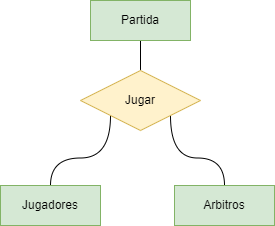
The draw.io diagram Unidad-1/Tareas/Tarea-evaluable2/tarea_evaluable2.drawio.png in jdrguez/2-Daw, before a commit. Source tidied: cells renumbered, new cells last; positions are measured from the earlier drawing's top-left corner, leaving out a move shared by most shapes. Source of this version:
```xml
<mxGraphModel>
  <root>
    <mxCell id="0" />
    <mxCell id="1" parent="0" />
    <mxCell id="2" style="edgeStyle=orthogonalEdgeStyle;rounded=0;jettySize=auto;html=1;exitX=0.5;exitY=1;exitDx=0;exitDy=0;entryX=0.5;entryY=0;entryDx=0;entryDy=0;endArrow=none;endFill=0;" parent="1" edge="1" source="3" target="6">
      <mxGeometry relative="1" as="geometry" />
    </mxCell>
    <mxCell id="3" value="Partida" style="whiteSpace=wrap;html=1;align=center;fillColor=#d5e8d4;strokeColor=#82b366;" parent="1" vertex="1">
      <mxGeometry x="90" width="100" height="40" as="geometry" />
    </mxCell>
    <mxCell id="4" style="edgeStyle=orthogonalEdgeStyle;rounded=0;jettySize=auto;html=1;exitX=0;exitY=1;exitDx=0;exitDy=0;entryX=0.5;entryY=0;entryDx=0;entryDy=0;curved=1;endArrow=none;endFill=0;" parent="1" edge="1" source="6" target="7">
      <mxGeometry relative="1" as="geometry" />
    </mxCell>
    <mxCell id="5" style="edgeStyle=orthogonalEdgeStyle;rounded=0;jettySize=auto;html=1;exitX=1;exitY=1;exitDx=0;exitDy=0;entryX=0.5;entryY=0;entryDx=0;entryDy=0;curved=1;endArrow=none;endFill=0;" parent="1" edge="1" source="6" target="8">
      <mxGeometry relative="1" as="geometry" />
    </mxCell>
    <mxCell id="6" value="Jugar" style="shape=rhombus;perimeter=rhombusPerimeter;whiteSpace=wrap;html=1;align=center;fillColor=#fff2cc;strokeColor=#d6b656;" parent="1" vertex="1">
      <mxGeometry x="80" y="70" width="120" height="60" as="geometry" />
    </mxCell>
    <mxCell id="7" value="Jugadores" style="whiteSpace=wrap;html=1;align=center;fillColor=#d5e8d4;strokeColor=#82b366;" parent="1" vertex="1">
      <mxGeometry y="185" width="100" height="40" as="geometry" />
    </mxCell>
    <mxCell id="8" value="Arbitros" style="whiteSpace=wrap;html=1;align=center;fillColor=#d5e8d4;strokeColor=#82b366;" parent="1" vertex="1">
      <mxGeometry x="174" y="185" width="100" height="40" as="geometry" />
    </mxCell>
  </root>
</mxGraphModel>
```
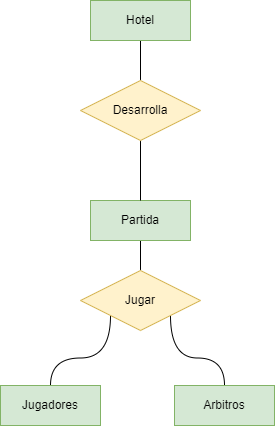
After the commit.

What changed in the source:
```diff
@@ -23,5 +23,17 @@
     <mxCell id="8" value="Arbitros" style="whiteSpace=wrap;html=1;align=center;fillColor=#d5e8d4;strokeColor=#82b366;" parent="1" vertex="1">
       <mxGeometry x="174" y="185" width="100" height="40" as="geometry" />
     </mxCell>
+    <mxCell id="9" style="edgeStyle=orthogonalEdgeStyle;rounded=0;jettySize=auto;html=1;exitX=0.5;exitY=1;exitDx=0;exitDy=0;entryX=0.5;entryY=0;entryDx=0;entryDy=0;endArrow=none;endFill=0;" parent="1" edge="1" source="10" target="12">
+      <mxGeometry relative="1" as="geometry" />
+    </mxCell>
+    <mxCell id="10" value="Hotel" style="whiteSpace=wrap;html=1;align=center;fillColor=#d5e8d4;strokeColor=#82b366;" parent="1" vertex="1">
+      <mxGeometry x="90" y="-200" width="100" height="40" as="geometry" />
+    </mxCell>
+    <mxCell id="11" style="edgeStyle=orthogonalEdgeStyle;rounded=0;jettySize=auto;html=1;exitX=0.5;exitY=1;exitDx=0;exitDy=0;endArrow=none;endFill=0;" parent="1" edge="1" source="12" target="3">
+      <mxGeometry relative="1" as="geometry" />
+    </mxCell>
+    <mxCell id="12" value="Desarrolla" style="shape=rhombus;perimeter=rhombusPerimeter;whiteSpace=wrap;html=1;align=center;fillColor=#fff2cc;strokeColor=#d6b656;" parent="1" vertex="1">
+      <mxGeometry x="80" y="-120" width="120" height="60" as="geometry" />
+    </mxCell>
   </root>
 </mxGraphModel>
```
